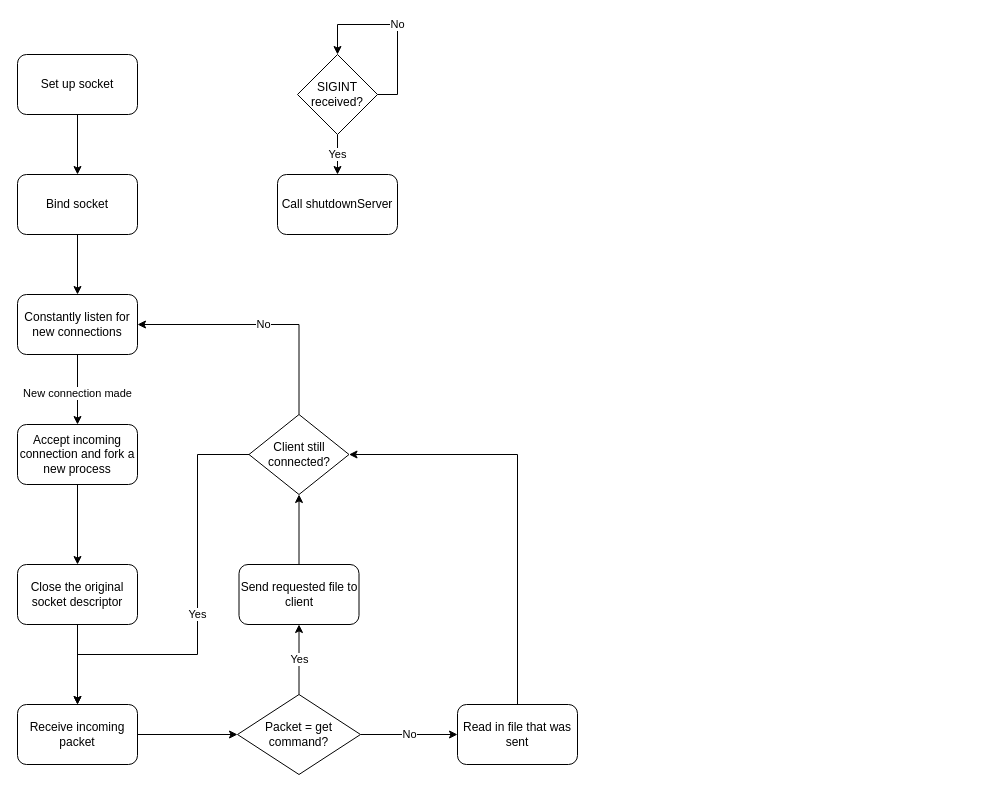
Earlier version of the draw.io diagram C_Version/Flowcharts/server-main.drawio (Joedahms/ECE463-Project). Source tidied: cells renumbered, new cells numbered last; positions are measured from the earlier drawing's top-left corner, leaving out a move shared by most shapes. Both pictures are drawn from the tidied source at 100%, with x=0, y=0 at pixel (17, 24).
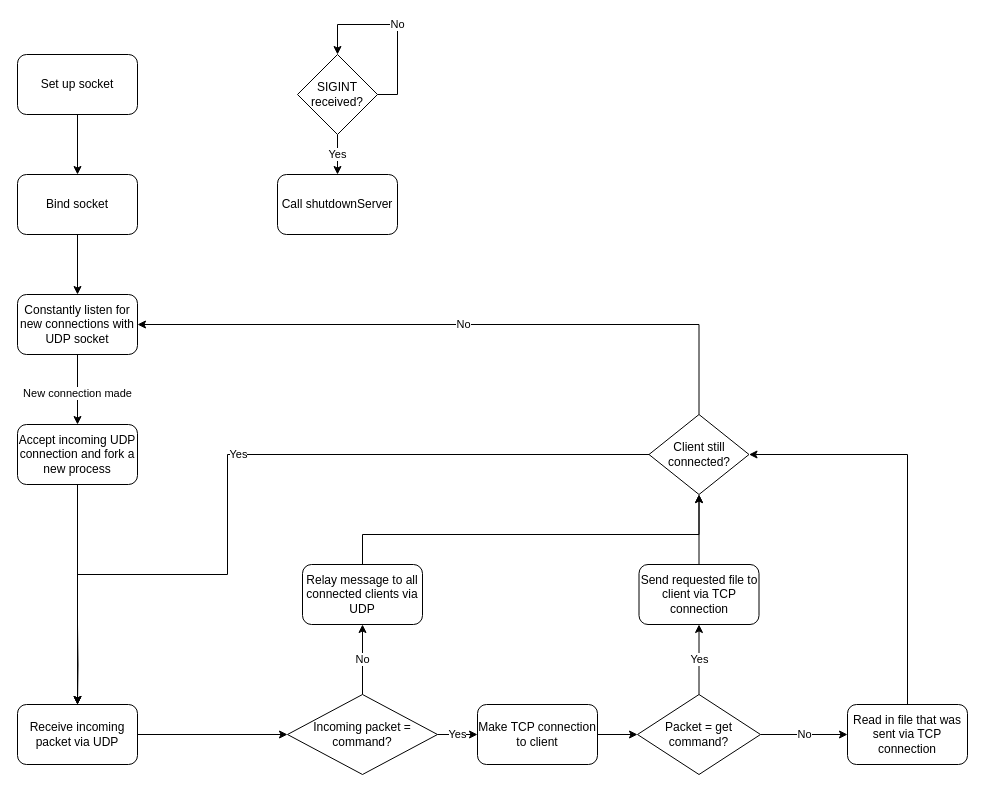
The same diagram, later.

Commit message (it also covers changes not shown here):
Updated server diagram to include project 2 requirements

The edit, as a diff of the source:
```diff
@@
-    <mxCell id="8" value="Constantly listen for new connections" style="rounded=1;whiteSpace=wrap;html=1;" parent="1" vertex="1">
+    <mxCell id="8" value="Constantly listen for new connections with UDP socket" style="rounded=1;whiteSpace=wrap;html=1;" parent="1" vertex="1">
       <mxGeometry y="270" width="120" height="60" as="geometry" />
     </mxCell>
@@
-    <mxCell id="13" style="edgeStyle=orthogonalEdgeStyle;rounded=0;jettySize=auto;html=1;exitX=0.5;exitY=1;exitDx=0;exitDy=0;entryX=0.5;entryY=0;entryDx=0;entryDy=0;" parent="1" edge="1" source="14" target="16">
-      <mxGeometry relative="1" as="geometry" />
-    </mxCell>
+    <mxCell id="29" style="edgeStyle=orthogonalEdgeStyle;rounded=0;jettySize=auto;html=1;exitX=0.5;exitY=1;exitDx=0;exitDy=0;entryX=0.5;entryY=0;entryDx=0;entryDy=0;" parent="1" edge="1" source="14" target="18">
+      <mxGeometry relative="1" as="geometry" />
+    </mxCell>
-    <mxCell id="14" value="Accept incoming connection and fork a new process" style="rounded=1;whiteSpace=wrap;html=1;" parent="1" vertex="1">
+    <mxCell id="14" value="Accept incoming UDP connection and fork a new process" style="rounded=1;whiteSpace=wrap;html=1;" parent="1" vertex="1">
       <mxGeometry y="400" width="120" height="60" as="geometry" />
     </mxCell>
-    <mxCell id="15" style="edgeStyle=orthogonalEdgeStyle;rounded=0;jettySize=auto;html=1;exitX=0.5;exitY=1;exitDx=0;exitDy=0;entryX=0.5;entryY=0;entryDx=0;entryDy=0;" parent="1" edge="1" source="16" target="18">
-      <mxGeometry relative="1" as="geometry" />
+    <mxCell id="15" style="edgeStyle=orthogonalEdgeStyle;rounded=0;jettySize=auto;html=1;exitX=0.5;exitY=1;exitDx=0;exitDy=0;entryX=0.5;entryY=0;entryDx=0;entryDy=0;" parent="1" edge="1" target="18">
+      <mxGeometry relative="1" as="geometry">
+        <mxPoint x="60" y="600" as="sourcePoint" />
+      </mxGeometry>
     </mxCell>
-    <mxCell id="16" value="Close the original socket descriptor" style="rounded=1;whiteSpace=wrap;html=1;" parent="1" vertex="1">
-      <mxGeometry y="540" width="120" height="60" as="geometry" />
-    </mxCell>
-    <mxCell id="17" style="edgeStyle=orthogonalEdgeStyle;rounded=0;jettySize=auto;html=1;exitX=1;exitY=0.5;exitDx=0;exitDy=0;entryX=0;entryY=0.5;entryDx=0;entryDy=0;" parent="1" edge="1" source="18" target="21">
-      <mxGeometry relative="1" as="geometry" />
-    </mxCell>
+    <mxCell id="30" style="edgeStyle=orthogonalEdgeStyle;rounded=0;jettySize=auto;html=1;exitX=1;exitY=0.5;exitDx=0;exitDy=0;entryX=0;entryY=0.5;entryDx=0;entryDy=0;" parent="1" edge="1" source="18" target="33">
+      <mxGeometry relative="1" as="geometry" />
+    </mxCell>
-    <mxCell id="18" value="Receive incoming packet" style="rounded=1;whiteSpace=wrap;html=1;" parent="1" vertex="1">
+    <mxCell id="18" value="Receive incoming packet via UDP" style="rounded=1;whiteSpace=wrap;html=1;" parent="1" vertex="1">
       <mxGeometry y="680" width="120" height="60" as="geometry" />
     </mxCell>
+    <mxCell id="20" value="No" style="edgeStyle=orthogonalEdgeStyle;rounded=0;jettySize=auto;html=1;exitX=1;exitY=0.5;exitDx=0;exitDy=0;entryX=0;entryY=0.5;entryDx=0;entryDy=0;" parent="1" edge="1" source="21" target="25">
+      <mxGeometry relative="1" as="geometry" />
+    </mxCell>
@@
-    <mxCell id="20" value="No" style="edgeStyle=orthogonalEdgeStyle;rounded=0;jettySize=auto;html=1;exitX=1;exitY=0.5;exitDx=0;exitDy=0;entryX=0;entryY=0.5;entryDx=0;entryDy=0;" parent="1" edge="1" source="21" target="25">
-      <mxGeometry relative="1" as="geometry" />
-    </mxCell>
     <mxCell id="21" value="Packet = get command?" style="rhombus;whiteSpace=wrap;html=1;" parent="1" vertex="1">
-      <mxGeometry x="220" y="670" width="123" height="80" as="geometry" />
+      <mxGeometry x="620" y="670" width="123" height="80" as="geometry" />
     </mxCell>
@@
-    <mxCell id="23" value="Send requested file to client" style="rounded=1;whiteSpace=wrap;html=1;" parent="1" vertex="1">
-      <mxGeometry x="221.5" y="540" width="120" height="60" as="geometry" />
+    <mxCell id="23" value="Send requested file to client via TCP connection" style="rounded=1;whiteSpace=wrap;html=1;" parent="1" vertex="1">
+      <mxGeometry x="621.5" y="540" width="120" height="60" as="geometry" />
     </mxCell>
@@
-    <mxCell id="25" value="Read in file that was sent" style="rounded=1;whiteSpace=wrap;html=1;" parent="1" vertex="1">
-      <mxGeometry x="440" y="680" width="120" height="60" as="geometry" />
+    <mxCell id="25" value="Read in file that was sent via TCP connection" style="rounded=1;whiteSpace=wrap;html=1;" parent="1" vertex="1">
+      <mxGeometry x="830" y="680" width="120" height="60" as="geometry" />
     </mxCell>
@@
     <mxCell id="27" value="Yes" style="edgeStyle=orthogonalEdgeStyle;rounded=0;jettySize=auto;html=1;exitX=0;exitY=0.5;exitDx=0;exitDy=0;entryX=0.5;entryY=0;entryDx=0;entryDy=0;" parent="1" edge="1" source="28" target="18">
       <mxGeometry relative="1" as="geometry">
         <Array as="points">
-          <mxPoint x="180" y="430" />
-          <mxPoint x="180" y="630" />
-          <mxPoint x="60" y="630" />
+          <mxPoint x="210" y="430" />
+          <mxPoint x="210" y="550" />
+          <mxPoint x="60" y="550" />
         </Array>
       </mxGeometry>
     </mxCell>
     <mxCell id="28" value="Client still connected?" style="rhombus;whiteSpace=wrap;html=1;" parent="1" vertex="1">
-      <mxGeometry x="231.5" y="390" width="100" height="80" as="geometry" />
+      <mxGeometry x="631.5" y="390" width="100" height="80" as="geometry" />
     </mxCell>
+    <mxCell id="31" value="Yes" style="edgeStyle=orthogonalEdgeStyle;rounded=0;jettySize=auto;html=1;exitX=1;exitY=0.5;exitDx=0;exitDy=0;entryX=0;entryY=0.5;entryDx=0;entryDy=0;" parent="1" edge="1" source="33" target="35">
+      <mxGeometry relative="1" as="geometry" />
+    </mxCell>
+    <mxCell id="32" value="No" style="edgeStyle=orthogonalEdgeStyle;rounded=0;jettySize=auto;html=1;exitX=0.5;exitY=0;exitDx=0;exitDy=0;entryX=0.5;entryY=1;entryDx=0;entryDy=0;" parent="1" edge="1" source="33" target="37">
+      <mxGeometry relative="1" as="geometry" />
+    </mxCell>
+    <mxCell id="33" value="Incoming packet = command?" style="rhombus;whiteSpace=wrap;html=1;" parent="1" vertex="1">
+      <mxGeometry x="270" y="670" width="150" height="80" as="geometry" />
+    </mxCell>
+    <mxCell id="34" style="edgeStyle=orthogonalEdgeStyle;rounded=0;jettySize=auto;html=1;exitX=1;exitY=0.5;exitDx=0;exitDy=0;entryX=0;entryY=0.5;entryDx=0;entryDy=0;" parent="1" edge="1" source="35" target="21">
+      <mxGeometry relative="1" as="geometry" />
+    </mxCell>
+    <mxCell id="35" value="Make TCP connection to client" style="rounded=1;whiteSpace=wrap;html=1;" parent="1" vertex="1">
+      <mxGeometry x="460" y="680" width="120" height="60" as="geometry" />
+    </mxCell>
+    <mxCell id="36" style="edgeStyle=orthogonalEdgeStyle;rounded=0;jettySize=auto;html=1;exitX=0.5;exitY=0;exitDx=0;exitDy=0;entryX=0.5;entryY=1;entryDx=0;entryDy=0;" parent="1" edge="1" source="37" target="28">
+      <mxGeometry relative="1" as="geometry">
+        <Array as="points">
+          <mxPoint x="345" y="510" />
+          <mxPoint x="682" y="510" />
+        </Array>
+      </mxGeometry>
+    </mxCell>
+    <mxCell id="37" value="Relay message to all connected clients via UDP" style="rounded=1;whiteSpace=wrap;html=1;" parent="1" vertex="1">
+      <mxGeometry x="285" y="540" width="120" height="60" as="geometry" />
+    </mxCell>
```
